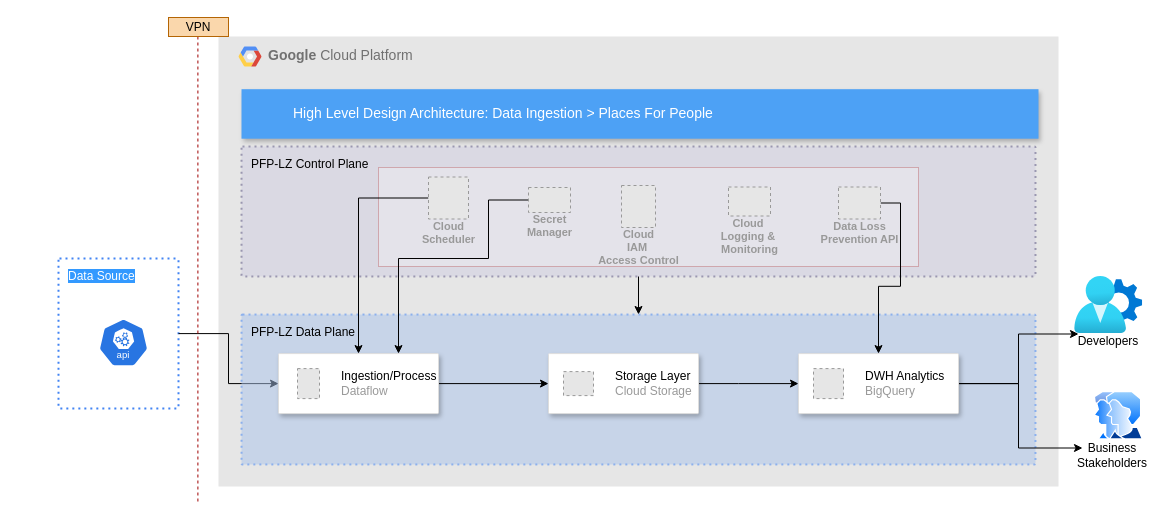
Earlier version of the draw.io diagram PFP-Sample/PFP-Sample-Design.drawio (harshaldharme/ProjectSpaces). Source tidied: cells renumbered, new cells numbered last; positions are measured from the earlier drawing's top-left corner, leaving out a move shared by most shapes. Both pictures are drawn from the tidied source at 100%, with x=0, y=0 at pixel (58, 17). Pictures stored in the file or linked from it are replaced by grey dashed boxes.
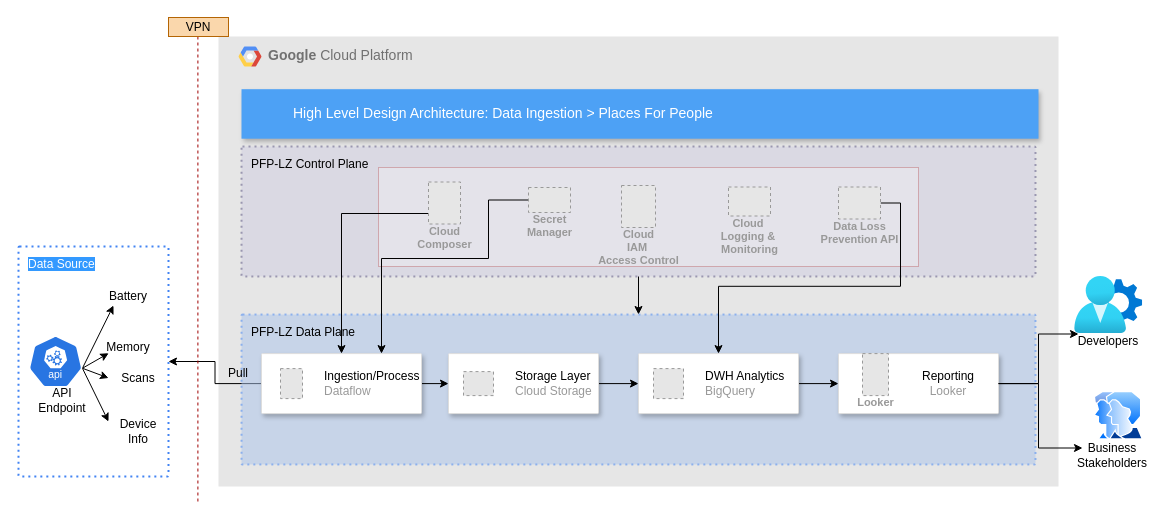
The same page after the edit.

The change refers to these unchanged cells:
```xml
<mxCell id="30" value="Business&lt;div&gt;Stakeholders&lt;/div&gt;" style="text;html=1;align=center;verticalAlign=middle;whiteSpace=wrap;rounded=0;" parent="1" vertex="1">
  <mxGeometry x="1024" y="423" width="60" height="30" as="geometry" />
</mxCell>
<mxCell id="32" value="Developers" style="text;html=1;align=center;verticalAlign=middle;whiteSpace=wrap;rounded=0;" parent="1" vertex="1">
  <mxGeometry x="1020" y="309" width="60" height="30" as="geometry" />
</mxCell>
<mxCell id="34" value="Secret&#10;Manager" style="fillColor=#E6E6E6;strokeColor=#999999;dashed=1;html=1;verticalAlign=top;labelPosition=center;verticalLabelPosition=bottom;align=center;spacingTop=-6;fontSize=11;fontStyle=1;fontColor=#999999;" parent="1" vertex="1">
  <mxGeometry x="470" y="170" width="42" height="25" as="geometry" />
</mxCell>
```

What changed in the source:
```diff
@@
-    <mxCell id="5" style="group;" parent="1" vertex="1">
-      <mxGeometry y="241.1" width="120" height="150" as="geometry" />
-    </mxCell>
-    <mxCell id="6" value="&lt;font style=&quot;background-color: rgb(51, 153, 255);&quot; color=&quot;#ffffff&quot;&gt;Data Source&lt;/font&gt;" style="rounded=1;absoluteArcSize=1;arcSize=2;html=1;strokeColor=#4284F3;gradientColor=none;shadow=0;dashed=1;fontSize=12;fontColor=#9E9E9E;align=left;verticalAlign=top;spacing=10;spacingTop=-4;fillColor=none;dashPattern=1 2;strokeWidth=2;" parent="5" vertex="1">
-      <mxGeometry width="120" height="150" as="geometry" />
-    </mxCell>
-    <mxCell id="7" style="sketch=0;html=1;dashed=0;whitespace=wrap;verticalLabelPosition=bottom;verticalAlign=top;fillColor=#2875E2;strokeColor=#ffffff;points=[[0.005,0.63,0],[0.1,0.2,0],[0.9,0.2,0],[0.5,0,0],[0.995,0.63,0],[0.72,0.99,0],[0.5,1,0],[0.28,0.99,0]];shape=mxgraph.kubernetes.icon2;kubernetesLabel=1;prIcon=api;" parent="5" vertex="1">
-      <mxGeometry x="40" y="60" width="50" height="48" as="geometry" />
-    </mxCell>
-    <mxCell id="8" style="edgeStyle=orthogonalEdgeStyle;rounded=0;jettySize=auto;html=1;exitX=1;exitY=0.5;exitDx=0;exitDy=0;entryX=0;entryY=0.5;entryDx=0;entryDy=0;" parent="1" edge="1" source="6" target="20">
+    <mxCell id="8" style="edgeStyle=orthogonalEdgeStyle;rounded=0;jettySize=auto;html=1;exitX=1;exitY=0.5;exitDx=0;exitDy=0;entryX=0;entryY=0.5;entryDx=0;entryDy=0;startArrow=classic;startFill=1;endArrow=none;endFill=0;" parent="1" edge="1" source="6" target="20">
       <mxGeometry relative="1" as="geometry" />
     </mxCell>
@@
-    <mxCell id="13" style="edgeStyle=orthogonalEdgeStyle;rounded=0;jettySize=auto;html=1;exitX=0;exitY=0.5;exitDx=0;exitDy=0;entryX=0.5;entryY=0;entryDx=0;entryDy=0;" parent="1" edge="1" source="14" target="20">
+    <mxCell id="13" style="edgeStyle=orthogonalEdgeStyle;rounded=0;jettySize=auto;html=1;exitX=0;exitY=0.75;exitDx=0;exitDy=0;entryX=0.5;entryY=0;entryDx=0;entryDy=0;" parent="1" edge="1" source="40" target="20">
       <mxGeometry relative="1" as="geometry">
         <Array as="points">
-          <mxPoint x="300" y="180" />
+          <mxPoint x="283" y="196" />
         </Array>
       </mxGeometry>
     </mxCell>
-    <mxCell id="14" value="Cloud&#10;Scheduler" style="fillColor=#E6E6E6;strokeColor=#999999;dashed=1;html=1;verticalAlign=top;labelPosition=center;verticalLabelPosition=bottom;align=center;spacingTop=-6;fontSize=11;fontStyle=1;fontColor=#999999;" parent="1" vertex="1">
-      <mxGeometry x="370" y="159.5" width="40" height="42" as="geometry" />
-    </mxCell>
@@
-    <mxCell id="18" style="edgeStyle=orthogonalEdgeStyle;rounded=0;jettySize=auto;html=1;exitX=1;exitY=0.5;exitDx=0;exitDy=0;entryX=0;entryY=0.5;entryDx=0;entryDy=0;" parent="1" edge="1" source="26" target="24">
-      <mxGeometry relative="1" as="geometry">
-        <Array as="points">
-          <mxPoint x="680" y="366" />
-          <mxPoint x="680" y="366" />
-        </Array>
-      </mxGeometry>
-    </mxCell>
@@
     <mxCell id="20" style="strokeColor=#dddddd;shadow=1;strokeWidth=1;rounded=1;absoluteArcSize=1;arcSize=2;" parent="1" vertex="1">
-      <mxGeometry x="220" y="336.1" width="160" height="60" as="geometry" />
+      <mxGeometry x="203" y="336.1" width="160" height="60" as="geometry" />
     </mxCell>
@@
-    <mxCell id="22" style="edgeStyle=orthogonalEdgeStyle;rounded=0;jettySize=auto;html=1;exitX=1;exitY=0.5;exitDx=0;exitDy=0;entryX=0;entryY=0.25;entryDx=0;entryDy=0;" parent="1" edge="1" source="24" target="32">
-      <mxGeometry relative="1" as="geometry">
-        <Array as="points">
-          <mxPoint x="960" y="366" />
-          <mxPoint x="960" y="317" />
-        </Array>
-      </mxGeometry>
-    </mxCell>
-    <mxCell id="23" style="edgeStyle=orthogonalEdgeStyle;rounded=0;jettySize=auto;html=1;exitX=1;exitY=0.5;exitDx=0;exitDy=0;entryX=0;entryY=0.25;entryDx=0;entryDy=0;" parent="1" edge="1" source="24" target="30">
-      <mxGeometry relative="1" as="geometry">
-        <Array as="points">
-          <mxPoint x="960" y="366" />
-          <mxPoint x="960" y="431" />
-        </Array>
-      </mxGeometry>
-    </mxCell>
+    <mxCell id="38" style="edgeStyle=orthogonalEdgeStyle;rounded=0;jettySize=auto;html=1;exitX=1;exitY=0.5;exitDx=0;exitDy=0;entryX=0;entryY=0.5;entryDx=0;entryDy=0;" parent="1" edge="1" source="24" target="42">
+      <mxGeometry relative="1" as="geometry" />
+    </mxCell>
     <mxCell id="24" style="strokeColor=#dddddd;shadow=1;strokeWidth=1;rounded=1;absoluteArcSize=1;arcSize=2;" parent="1" vertex="1">
-      <mxGeometry x="740" y="336.1" width="160" height="60" as="geometry" />
+      <mxGeometry x="580" y="336.1" width="160" height="60" as="geometry" />
     </mxCell>
@@
+    <mxCell id="18" style="edgeStyle=orthogonalEdgeStyle;rounded=0;jettySize=auto;html=1;exitX=1;exitY=0.5;exitDx=0;exitDy=0;entryX=0;entryY=0.5;entryDx=0;entryDy=0;" parent="1" edge="1" source="26" target="24">
+      <mxGeometry relative="1" as="geometry" />
+    </mxCell>
     <mxCell id="26" style="strokeColor=#dddddd;shadow=1;strokeWidth=1;rounded=1;absoluteArcSize=1;arcSize=2;" parent="1" vertex="1">
-      <mxGeometry x="490" y="336.1" width="150" height="60" as="geometry" />
+      <mxGeometry x="390" y="336.1" width="150" height="60" as="geometry" />
     </mxCell>
@@
     <mxCell id="33" style="edgeStyle=orthogonalEdgeStyle;rounded=0;jettySize=auto;html=1;exitX=0;exitY=0.5;exitDx=0;exitDy=0;entryX=0.75;entryY=0;entryDx=0;entryDy=0;" parent="1" edge="1" source="34" target="20">
       <mxGeometry relative="1" as="geometry">
         <Array as="points">
           <mxPoint x="430" y="183" />
           <mxPoint x="430" y="241" />
-          <mxPoint x="340" y="241" />
+          <mxPoint x="323" y="241" />
         </Array>
       </mxGeometry>
     </mxCell>
@@
     <mxCell id="35" style="group;" parent="1" vertex="1">
-      <mxGeometry x="110" width="60" height="484" as="geometry" />
+      <mxGeometry x="110" width="100" height="484" as="geometry" />
     </mxCell>
@@
+    <mxCell id="39" value="Pull" style="text;html=1;align=center;verticalAlign=middle;whiteSpace=wrap;rounded=0;" parent="35" vertex="1">
+      <mxGeometry x="40" y="341" width="60" height="30" as="geometry" />
+    </mxCell>
+    <mxCell id="40" value="Cloud&#10;Composer" style="fillColor=#E6E6E6;strokeColor=#999999;dashed=1;html=1;verticalAlign=top;labelPosition=center;verticalLabelPosition=bottom;align=center;spacingTop=-6;fontSize=11;fontStyle=1;fontColor=#999999;" parent="1" vertex="1">
+      <mxGeometry x="370" y="164.5" width="32" height="42" as="geometry" />
+    </mxCell>
+    <mxCell id="41" style="group;" parent="1" vertex="1">
+      <mxGeometry x="780" y="336.1" width="160" height="60" as="geometry" />
+    </mxCell>
+    <mxCell id="42" style="strokeColor=#dddddd;shadow=1;strokeWidth=1;rounded=1;absoluteArcSize=1;arcSize=2;" parent="41" vertex="1">
+      <mxGeometry width="160" height="60" as="geometry" />
+    </mxCell>
+    <mxCell id="43" value="Looker" style="fillColor=#E6E6E6;strokeColor=#999999;dashed=1;html=1;verticalAlign=top;labelPosition=center;verticalLabelPosition=bottom;align=center;spacingTop=-6;fontSize=11;fontStyle=1;fontColor=#999999;" parent="41" vertex="1">
+      <mxGeometry x="24" width="26" height="42" as="geometry" />
+    </mxCell>
+    <mxCell id="44" value="Reporting&lt;div&gt;&lt;font color=&quot;#999999&quot;&gt;Looker&lt;/font&gt;&lt;/div&gt;" style="text;html=1;align=center;verticalAlign=middle;whiteSpace=wrap;rounded=0;" parent="41" vertex="1">
+      <mxGeometry x="80" y="15" width="60" height="30" as="geometry" />
+    </mxCell>
+    <mxCell id="45" style="edgeStyle=orthogonalEdgeStyle;rounded=0;jettySize=auto;html=1;exitX=1;exitY=0.5;exitDx=0;exitDy=0;entryX=0;entryY=0.25;entryDx=0;entryDy=0;" parent="1" edge="1" source="42" target="32">
+      <mxGeometry relative="1" as="geometry">
+        <Array as="points">
+          <mxPoint x="980" y="366" />
+          <mxPoint x="980" y="317" />
+        </Array>
+      </mxGeometry>
+    </mxCell>
+    <mxCell id="46" style="edgeStyle=orthogonalEdgeStyle;rounded=0;jettySize=auto;html=1;exitX=1;exitY=0.5;exitDx=0;exitDy=0;entryX=0;entryY=0.25;entryDx=0;entryDy=0;" parent="1" edge="1" source="42" target="30">
+      <mxGeometry relative="1" as="geometry">
+        <Array as="points">
+          <mxPoint x="980" y="366" />
+          <mxPoint x="980" y="431" />
+        </Array>
+      </mxGeometry>
+    </mxCell>
+    <mxCell id="47" style="group;" parent="1" vertex="1">
+      <mxGeometry x="-40" y="229" width="150" height="230" as="geometry" />
+    </mxCell>
+    <mxCell id="6" value="&lt;font style=&quot;background-color: rgb(51, 153, 255);&quot; color=&quot;#ffffff&quot;&gt;Data Source&lt;/font&gt;" style="rounded=1;absoluteArcSize=1;arcSize=2;html=1;strokeColor=#4284F3;gradientColor=none;shadow=0;dashed=1;fontSize=12;fontColor=#9E9E9E;align=left;verticalAlign=top;spacing=10;spacingTop=-4;fillColor=none;dashPattern=1 2;strokeWidth=2;" parent="47" vertex="1">
+      <mxGeometry width="150" height="230" as="geometry" />
+    </mxCell>
+    <mxCell id="48" style="rounded=0;jettySize=auto;html=1;exitX=0.995;exitY=0.63;exitDx=0;exitDy=0;exitPerimeter=0;entryX=0.25;entryY=1;entryDx=0;entryDy=0;" parent="47" edge="1" source="7" target="52">
+      <mxGeometry relative="1" as="geometry" />
+    </mxCell>
+    <mxCell id="49" style="rounded=0;jettySize=auto;html=1;exitX=0.995;exitY=0.63;exitDx=0;exitDy=0;exitPerimeter=0;entryX=0;entryY=0.5;entryDx=0;entryDy=0;" parent="47" edge="1" source="7" target="54">
+      <mxGeometry relative="1" as="geometry" />
+    </mxCell>
+    <mxCell id="50" style="rounded=0;jettySize=auto;html=1;exitX=0.995;exitY=0.63;exitDx=0;exitDy=0;exitPerimeter=0;entryX=0;entryY=0;entryDx=0;entryDy=0;" parent="47" edge="1" source="7" target="55">
+      <mxGeometry relative="1" as="geometry" />
+    </mxCell>
+    <mxCell id="7" style="sketch=0;html=1;dashed=0;whitespace=wrap;verticalLabelPosition=bottom;verticalAlign=top;fillColor=#2875E2;strokeColor=#ffffff;points=[[0.005,0.63,0],[0.1,0.2,0],[0.9,0.2,0],[0.5,0,0],[0.995,0.63,0],[0.72,0.99,0],[0.5,1,0],[0.28,0.99,0]];shape=mxgraph.kubernetes.icon2;kubernetesLabel=1;prIcon=api;" parent="47" vertex="1">
+      <mxGeometry x="10" y="89" width="54.2" height="52" as="geometry" />
+    </mxCell>
+    <mxCell id="51" value="API Endpoint" style="text;html=1;align=center;verticalAlign=middle;whiteSpace=wrap;rounded=0;" parent="47" vertex="1">
+      <mxGeometry x="14" y="139" width="60" height="30" as="geometry" />
+    </mxCell>
+    <mxCell id="52" value="Battery" style="text;html=1;align=center;verticalAlign=middle;whiteSpace=wrap;rounded=0;" parent="47" vertex="1">
+      <mxGeometry x="80" y="40" width="60" height="19" as="geometry" />
+    </mxCell>
+    <mxCell id="53" value="Memory" style="text;html=1;align=center;verticalAlign=middle;whiteSpace=wrap;rounded=0;" parent="47" vertex="1">
+      <mxGeometry x="80" y="91" width="60" height="19" as="geometry" />
+    </mxCell>
+    <mxCell id="54" value="Scans" style="text;html=1;align=center;verticalAlign=middle;whiteSpace=wrap;rounded=0;" parent="47" vertex="1">
+      <mxGeometry x="90" y="122" width="60" height="19" as="geometry" />
+    </mxCell>
+    <mxCell id="55" value="Device Info" style="text;html=1;align=center;verticalAlign=middle;whiteSpace=wrap;rounded=0;" parent="47" vertex="1">
+      <mxGeometry x="90" y="175" width="60" height="19" as="geometry" />
+    </mxCell>
+    <mxCell id="56" style="rounded=0;jettySize=auto;html=1;exitX=0.995;exitY=0.63;exitDx=0;exitDy=0;exitPerimeter=0;entryX=0.169;entryY=0.829;entryDx=0;entryDy=0;entryPerimeter=0;" parent="47" edge="1" source="7" target="53">
+      <mxGeometry relative="1" as="geometry" />
+    </mxCell>
```
